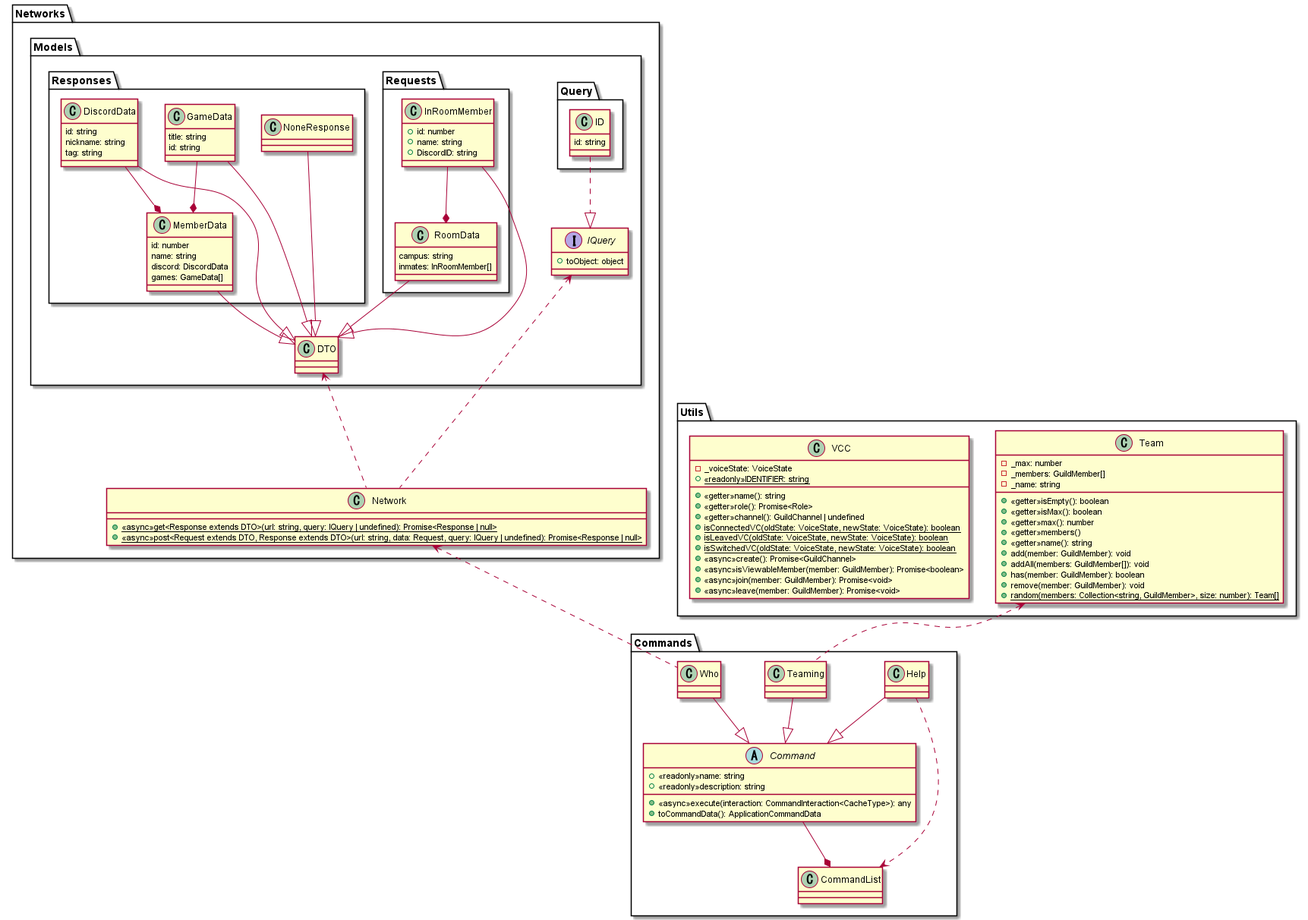
nmskm240/Discord-bot keeps this PlantUML diagram as out/classDiaglam/Discord-bot.png. Above is the earlier version.
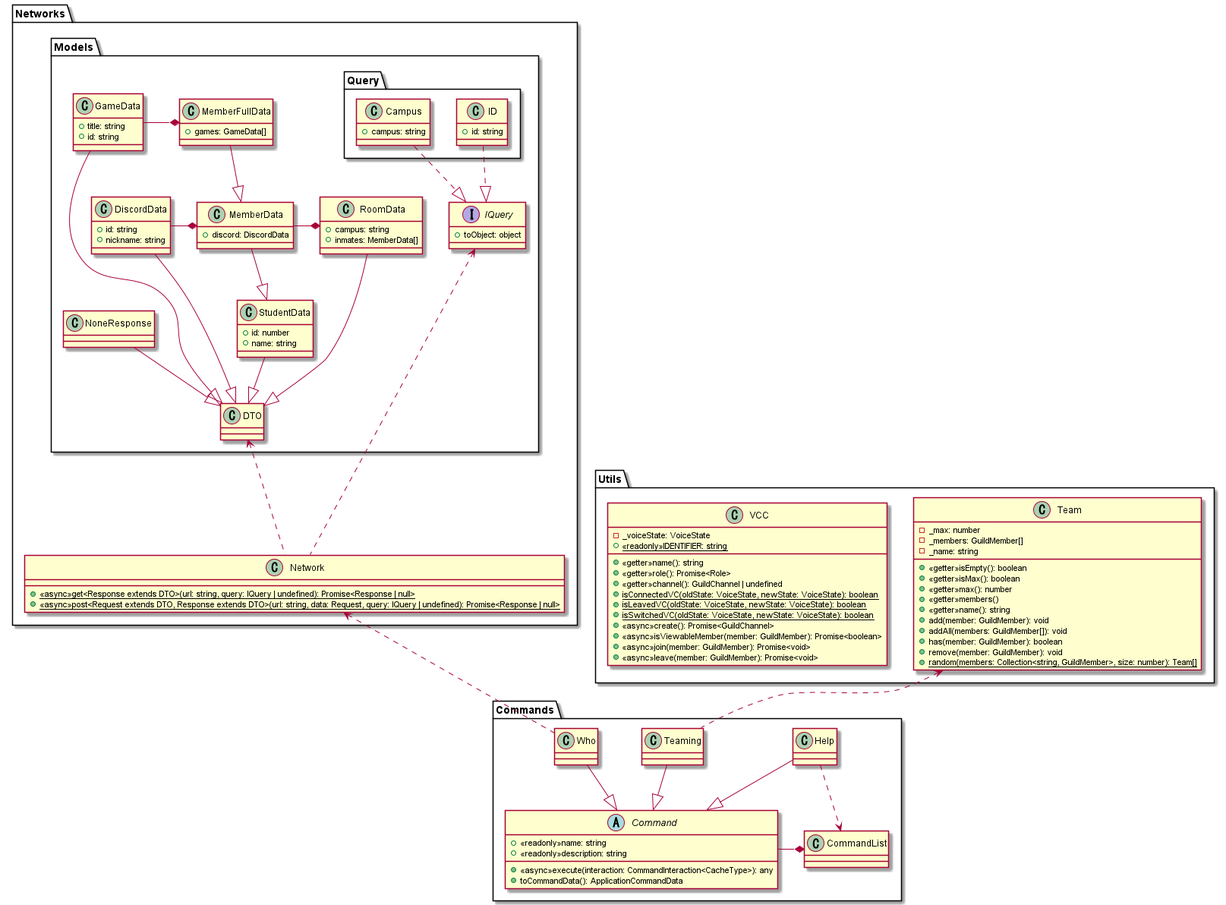
Above is the later version.

Change to the diagram source:
```diff
@@ -23,51 +23,50 @@
         {
             class ID
             {
-                id: string
+                +id: string
+            }
+
+            class Campus
+            {
+                +campus: string
             }
         }
 
-        package Requests
+        class RoomData
         {
-            class InRoomMember
-            {
-                +id: number
-                +name: string
-                +DiscordID: string
-            }
-
-            class RoomData
-            {
-                campus: string
-                inmates: InRoomMember[]
-            }
+            +campus: string
+            +inmates: MemberData[]
         }
 
-        package Responses
+        class DiscordData
         {
-            class DiscordData
-            {
-                id: string
-                nickname: string
-                tag: string
-            }
+            +id: string
+            +nickname: string
+        }
 
-            class GameData
-            {
-                title: string
-                id: string
-            }
+        class GameData
+        {
+            +title: string
+            +id: string
+        }
 
-            class MemberData
-            {
-                id: number
-                name: string
-                discord: DiscordData
-                games: GameData[]
-            }
+        class MemberData
+        {
+            +discord: DiscordData
+        }
 
-            class NoneResponse
+        class MemberFullData
+        {
+            +games: GameData[]
         }
+
+        class StudentData
+        {
+            +id: number
+            +name: string
+        }
+
+        class NoneResponse
         class DTO
         interface IQuery
         {
@@ -122,19 +121,21 @@
 Teaming --|> Command
 Who --|> Command
 
-InRoomMember --|> DTO
 RoomData --|> DTO
 DiscordData --|> DTO
 GameData --|> DTO
-MemberData --|> DTO
+StudentData --|> DTO
 NoneResponse --|> DTO
+MemberData --|> StudentData
+MemberFullData --|> MemberData
 
+Campus ..|> IQuery
 ID ..|> IQuery
 
-Command --* CommandList
-InRoomMember --* RoomData
-GameData --* MemberData
-DiscordData --* MemberData
+Command -* CommandList
+DiscordData -* MemberData
+GameData -* MemberFullData
+MemberData -* RoomData
 
 Help ..> CommandList
 Teaming .up.> Team
```
